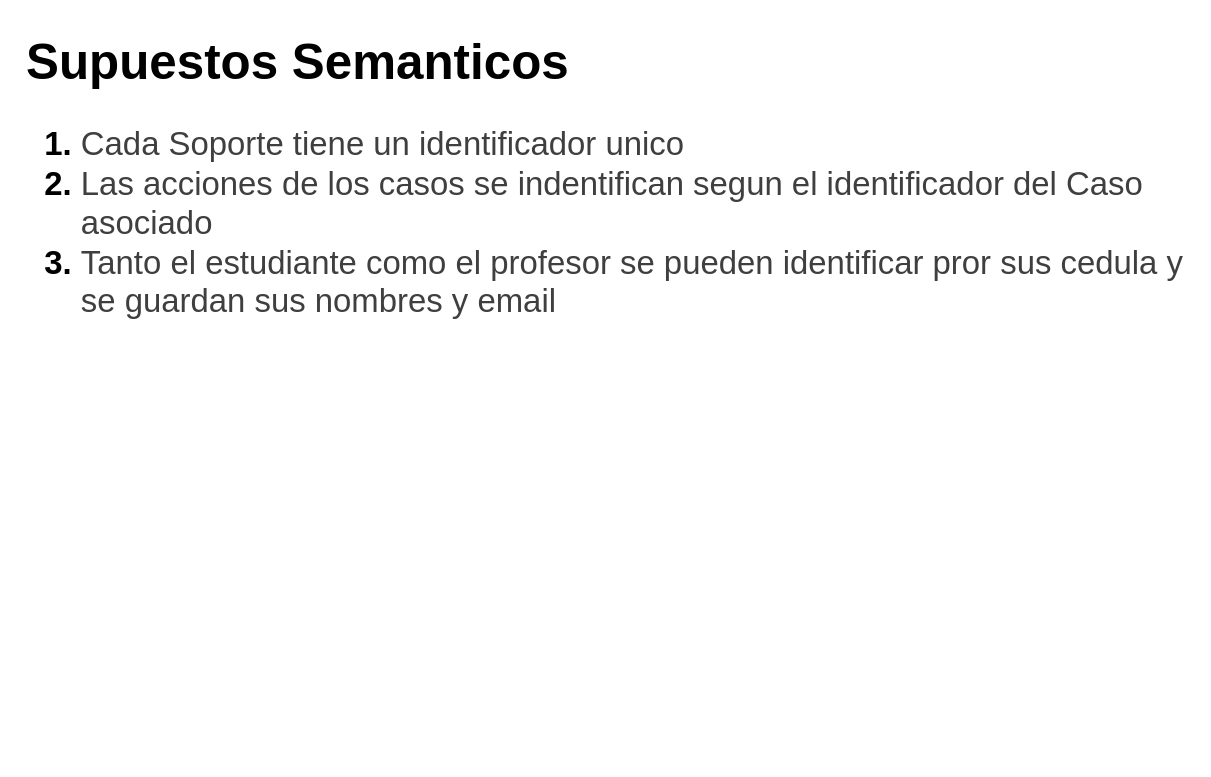
Earlier version of the draw.io diagram page "Supuestos" (2 of 2) of doc/diagramaConceptual.drawio (DanielCarrenoMar/ClinicaJuridica-UCAB). Source tidied: cells renumbered, new cells numbered last; positions are measured from the earlier drawing's top-left corner, leaving out a move shared by most shapes. Both pictures are drawn from the tidied source at 137%, with x=0, y=0 at pixel (23, 23).
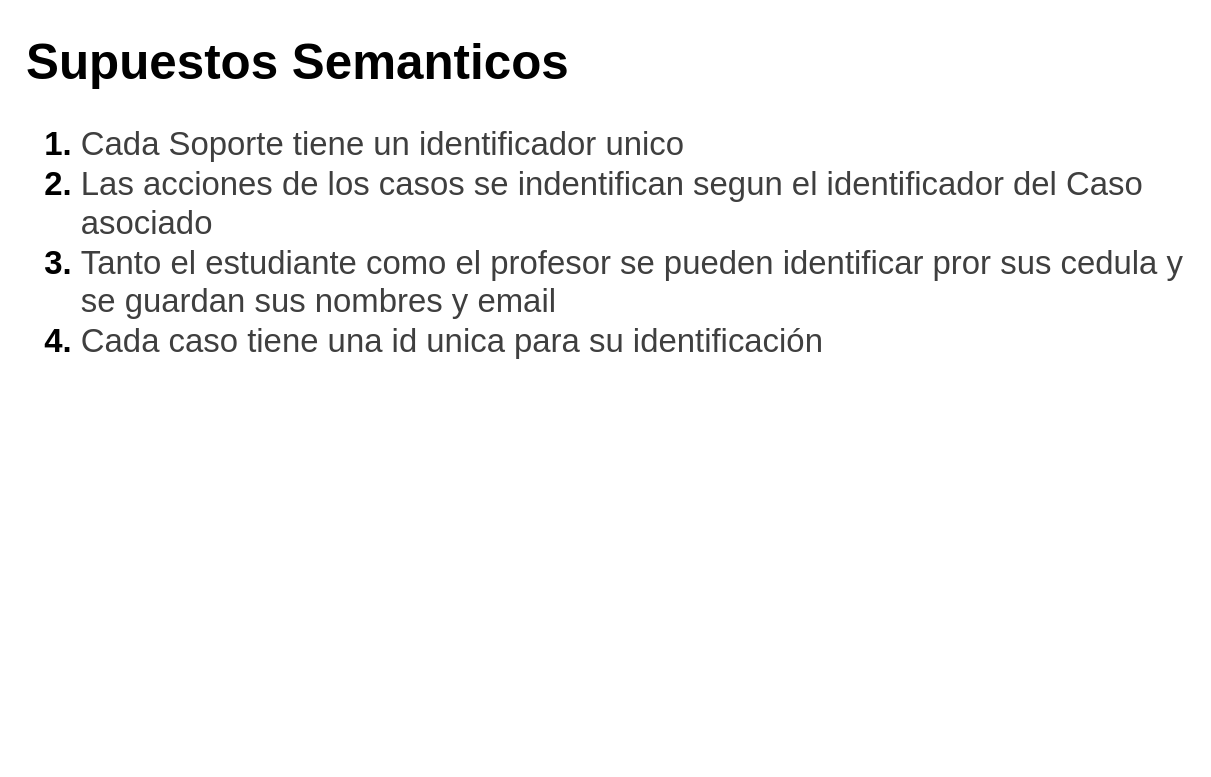
After the change.

Commit message:
doc: supuesto para idCaso

Change to the diagram source:
```diff
@@
 <mxGraphModel>
   <root>
     <mxCell id="0" />
     <mxCell id="1" parent="0" />
-    <mxCell id="2" value="&lt;h1 style=&quot;margin-top: 0px;&quot;&gt;&lt;font style=&quot;font-size: 36px;&quot;&gt;Supuestos Semanticos&lt;/font&gt;&lt;/h1&gt;&lt;h1 style=&quot;margin-top: 0px;&quot;&gt;&lt;ol&gt;&lt;li&gt;&lt;span style=&quot;background-color: transparent; color: rgb(63, 63, 63); font-weight: normal;&quot;&gt;Cada Soporte tiene un identificador unico&lt;/span&gt;&lt;/li&gt;&lt;li&gt;&lt;span style=&quot;background-color: transparent; color: rgb(63, 63, 63); font-weight: normal;&quot;&gt;Las acciones de los casos se indentifican segun el identificador del Caso asociado&lt;/span&gt;&lt;/li&gt;&lt;li&gt;&lt;span style=&quot;background-color: transparent; color: rgb(63, 63, 63); font-weight: normal;&quot;&gt;Tanto el estudiante como el profesor se pueden identificar pror sus cedula y se guardan sus nombres y email&lt;/span&gt;&lt;/li&gt;&lt;/ol&gt;&lt;/h1&gt;&lt;p&gt;&lt;/p&gt;" style="text;html=1;whiteSpace=wrap;overflow=hidden;rounded=0;" parent="1" vertex="1">
+    <mxCell id="2" value="&lt;h1 style=&quot;margin-top: 0px;&quot;&gt;&lt;font style=&quot;font-size: 36px;&quot;&gt;Supuestos Semanticos&lt;/font&gt;&lt;/h1&gt;&lt;h1 style=&quot;margin-top: 0px;&quot;&gt;&lt;ol&gt;&lt;li&gt;&lt;span style=&quot;background-color: transparent; color: rgb(63, 63, 63); font-weight: normal;&quot;&gt;Cada Soporte tiene un identificador unico&lt;/span&gt;&lt;/li&gt;&lt;li&gt;&lt;span style=&quot;background-color: transparent; color: rgb(63, 63, 63); font-weight: normal;&quot;&gt;Las acciones de los casos se indentifican segun el identificador del Caso asociado&lt;/span&gt;&lt;/li&gt;&lt;li&gt;&lt;span style=&quot;background-color: transparent; color: rgb(63, 63, 63); font-weight: normal;&quot;&gt;Tanto el estudiante como el profesor se pueden identificar pror sus cedula y se guardan sus nombres y email&lt;/span&gt;&lt;/li&gt;&lt;li&gt;&lt;span style=&quot;background-color: transparent; color: rgb(63, 63, 63); font-weight: normal;&quot;&gt;Cada caso tiene una id unica para su identificación&lt;/span&gt;&lt;/li&gt;&lt;/ol&gt;&lt;/h1&gt;&lt;p&gt;&lt;/p&gt;" style="text;html=1;whiteSpace=wrap;overflow=hidden;rounded=0;" parent="1" vertex="1">
       <mxGeometry width="850" height="530" as="geometry" />
     </mxCell>
   </root>
 </mxGraphModel>
```
